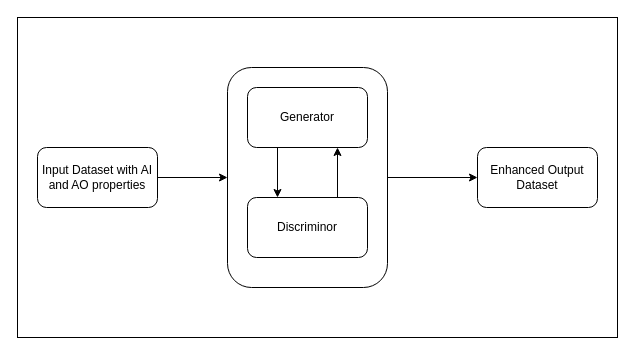
Above: Images/GAN.drawio in qvelard/BiomolGeneration (draw.io), before the change. Source tidied: cells renumbered, new cells numbered last; positions are measured from the earlier drawing's top-left corner, leaving out a move shared by most shapes. Both pictures are drawn from the tidied source at 100%, with x=0, y=0 at pixel (17, 17).
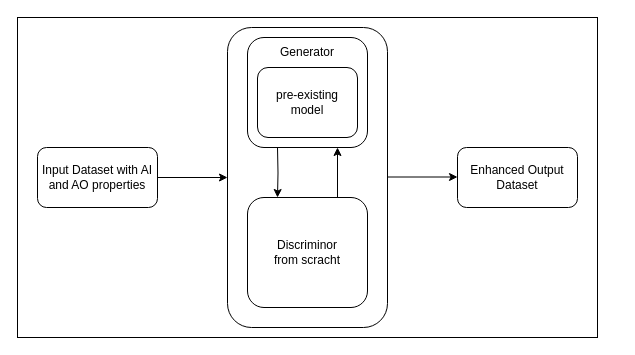
The same page after the edit.

The edit, as a diff of the source:
```diff
@@
 <mxGraphModel>
   <root>
     <mxCell id="0" />
     <mxCell id="1" parent="0" />
     <mxCell id="2" style="rounded=0;whiteSpace=wrap;html=1;" parent="1" vertex="1">
-      <mxGeometry width="600" height="320" as="geometry" />
+      <mxGeometry width="580" height="320" as="geometry" />
     </mxCell>
     <mxCell id="3" style="edgeStyle=orthogonalEdgeStyle;rounded=0;jettySize=auto;html=1;exitX=1;exitY=0.5;exitDx=0;exitDy=0;" parent="1" edge="1" source="4" target="6">
       <mxGeometry relative="1" as="geometry" />
     </mxCell>
     <mxCell id="4" value="Input Dataset with AI and AO properties" style="rounded=1;whiteSpace=wrap;html=1;" parent="1" vertex="1">
       <mxGeometry x="20" y="130" width="120" height="60" as="geometry" />
     </mxCell>
-    <mxCell id="5" style="edgeStyle=orthogonalEdgeStyle;rounded=0;jettySize=auto;html=1;exitX=1;exitY=0.5;exitDx=0;exitDy=0;entryX=0;entryY=0.5;entryDx=0;entryDy=0;" parent="1" edge="1" source="6" target="11">
-      <mxGeometry relative="1" as="geometry" />
-    </mxCell>
     <mxCell id="6" style="rounded=1;whiteSpace=wrap;html=1;" parent="1" vertex="1">
-      <mxGeometry x="210" y="50" width="160" height="220" as="geometry" />
+      <mxGeometry x="210" y="10" width="160" height="300" as="geometry" />
     </mxCell>
-    <mxCell id="7" style="edgeStyle=orthogonalEdgeStyle;rounded=0;jettySize=auto;html=1;exitX=0.25;exitY=1;exitDx=0;exitDy=0;entryX=0.25;entryY=0;entryDx=0;entryDy=0;" parent="1" edge="1" source="8" target="10">
-      <mxGeometry relative="1" as="geometry" />
+    <mxCell id="7" style="edgeStyle=orthogonalEdgeStyle;rounded=0;jettySize=auto;html=1;exitX=0.25;exitY=1;exitDx=0;exitDy=0;entryX=0.25;entryY=0;entryDx=0;entryDy=0;" parent="1" edge="1" target="10">
+      <mxGeometry relative="1" as="geometry">
+        <mxPoint x="260" y="130" as="sourcePoint" />
+      </mxGeometry>
     </mxCell>
-    <mxCell id="8" value="Generator" style="rounded=1;whiteSpace=wrap;html=1;" parent="1" vertex="1">
-      <mxGeometry x="230" y="70" width="120" height="60" as="geometry" />
-    </mxCell>
-    <mxCell id="9" style="edgeStyle=orthogonalEdgeStyle;rounded=0;jettySize=auto;html=1;exitX=0.75;exitY=0;exitDx=0;exitDy=0;entryX=0.75;entryY=1;entryDx=0;entryDy=0;" parent="1" edge="1" source="10" target="8">
-      <mxGeometry relative="1" as="geometry" />
+    <mxCell id="9" style="edgeStyle=orthogonalEdgeStyle;rounded=0;jettySize=auto;html=1;exitX=0.75;exitY=0;exitDx=0;exitDy=0;entryX=0.75;entryY=1;entryDx=0;entryDy=0;" parent="1" edge="1" source="10">
+      <mxGeometry relative="1" as="geometry">
+        <mxPoint x="320" y="130" as="targetPoint" />
+      </mxGeometry>
     </mxCell>
-    <mxCell id="10" value="Discriminor" style="rounded=1;whiteSpace=wrap;html=1;" parent="1" vertex="1">
-      <mxGeometry x="230" y="180" width="120" height="60" as="geometry" />
+    <mxCell id="10" value="Discriminor&lt;div&gt;from scracht&lt;/div&gt;" style="rounded=1;whiteSpace=wrap;html=1;" parent="1" vertex="1">
+      <mxGeometry x="230" y="180" width="120" height="110" as="geometry" />
     </mxCell>
     <mxCell id="11" value="Enhanced Output Dataset" style="rounded=1;whiteSpace=wrap;html=1;" parent="1" vertex="1">
-      <mxGeometry x="460" y="130" width="120" height="60" as="geometry" />
+      <mxGeometry x="440" y="130" width="120" height="60" as="geometry" />
     </mxCell>
+    <mxCell id="12" style="rounded=1;whiteSpace=wrap;html=1;" parent="1" vertex="1">
+      <mxGeometry x="230" y="20" width="120" height="110" as="geometry" />
+    </mxCell>
+    <mxCell id="13" value="pre-existing&lt;div&gt;model&lt;/div&gt;" style="rounded=1;whiteSpace=wrap;html=1;" parent="1" vertex="1">
+      <mxGeometry x="240" y="50" width="100" height="70" as="geometry" />
+    </mxCell>
+    <mxCell id="8" value="Generator" style="text;html=1;align=center;verticalAlign=middle;whiteSpace=wrap;rounded=0;" parent="1" vertex="1">
+      <mxGeometry x="260" y="20" width="60" height="30" as="geometry" />
+    </mxCell>
+    <mxCell id="14" style="edgeStyle=orthogonalEdgeStyle;rounded=0;orthogonalLoop=1;jettySize=auto;html=1;exitX=1;exitY=0.5;exitDx=0;exitDy=0;" parent="1" edge="1">
+      <mxGeometry relative="1" as="geometry">
+        <mxPoint x="370" y="159.5" as="sourcePoint" />
+        <mxPoint x="440" y="159.5" as="targetPoint" />
+      </mxGeometry>
+    </mxCell>
   </root>
 </mxGraphModel>
```
